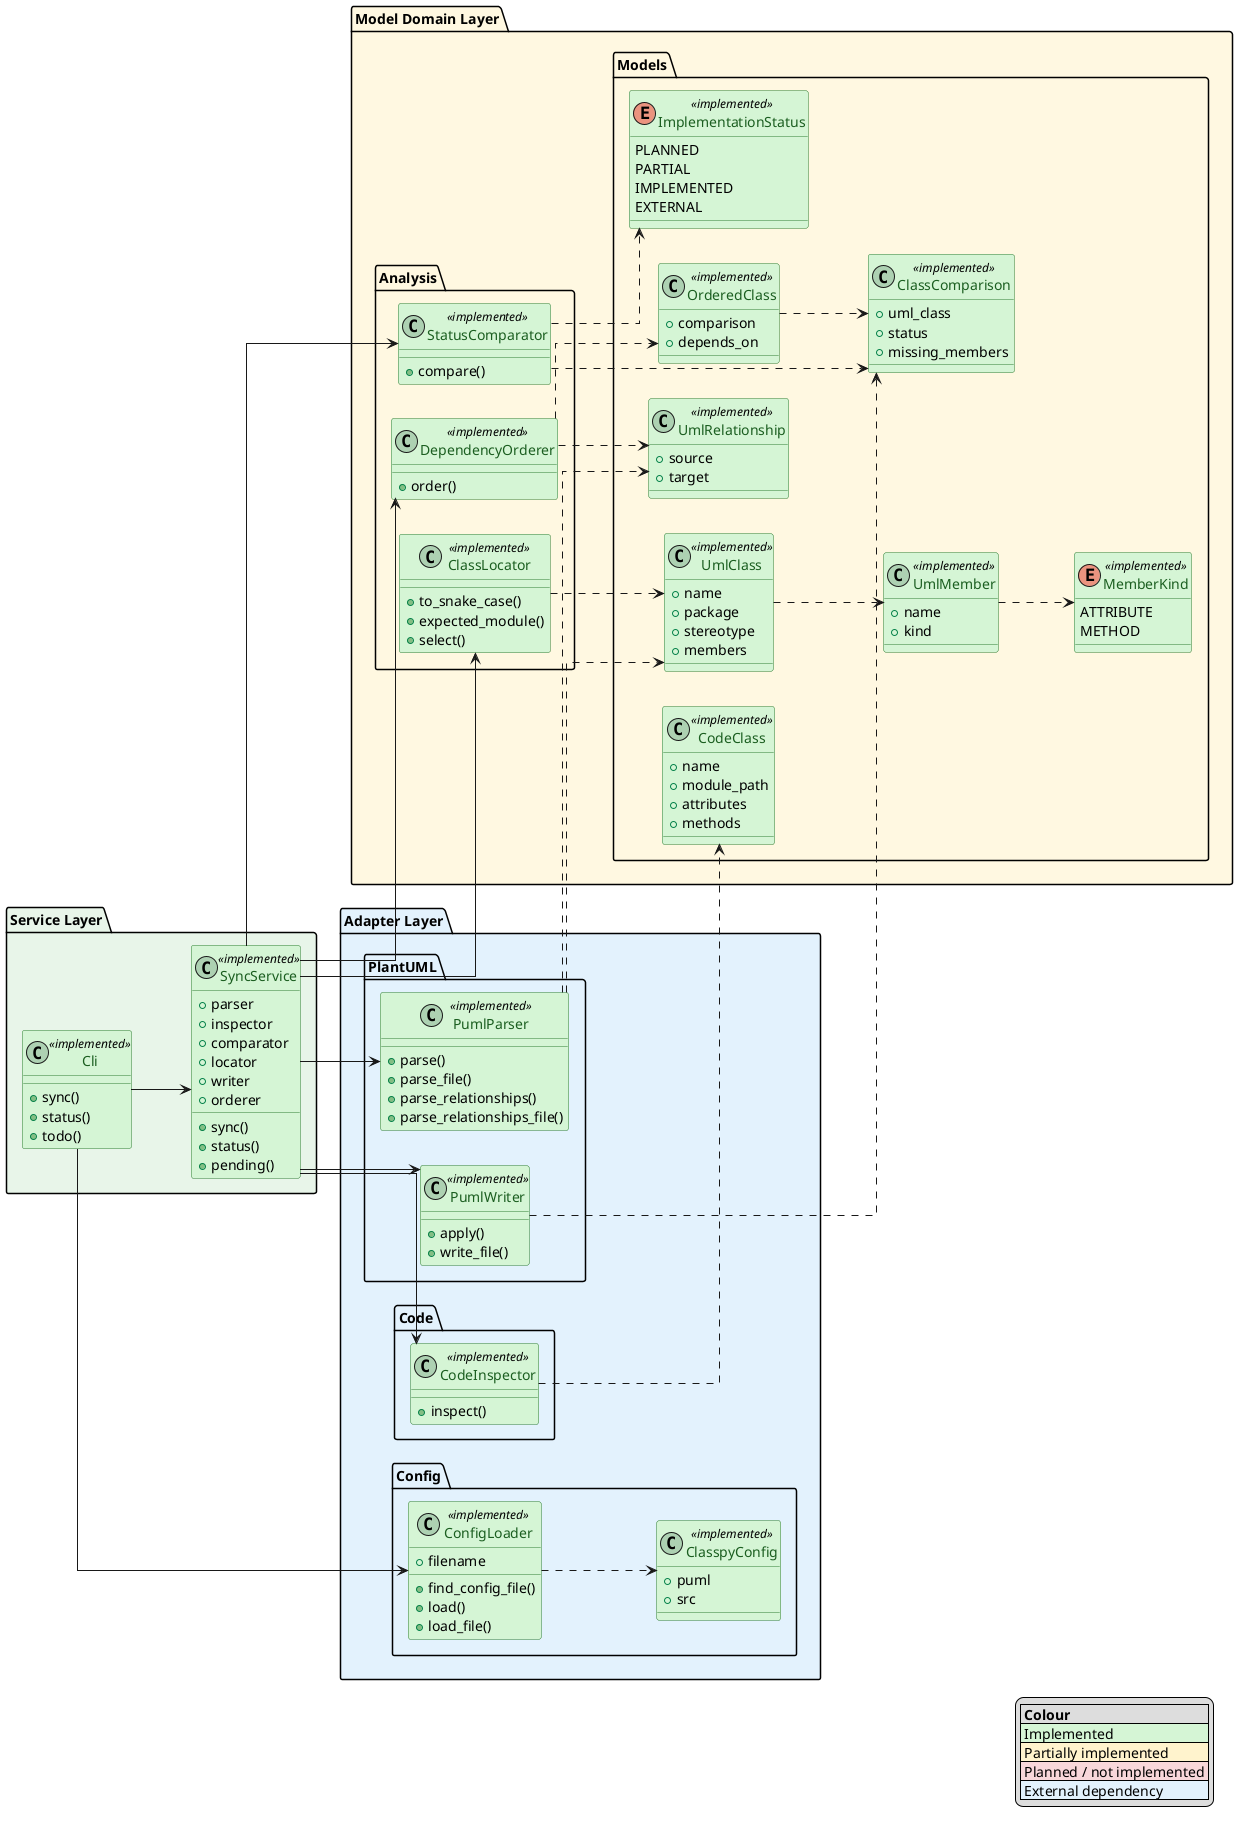
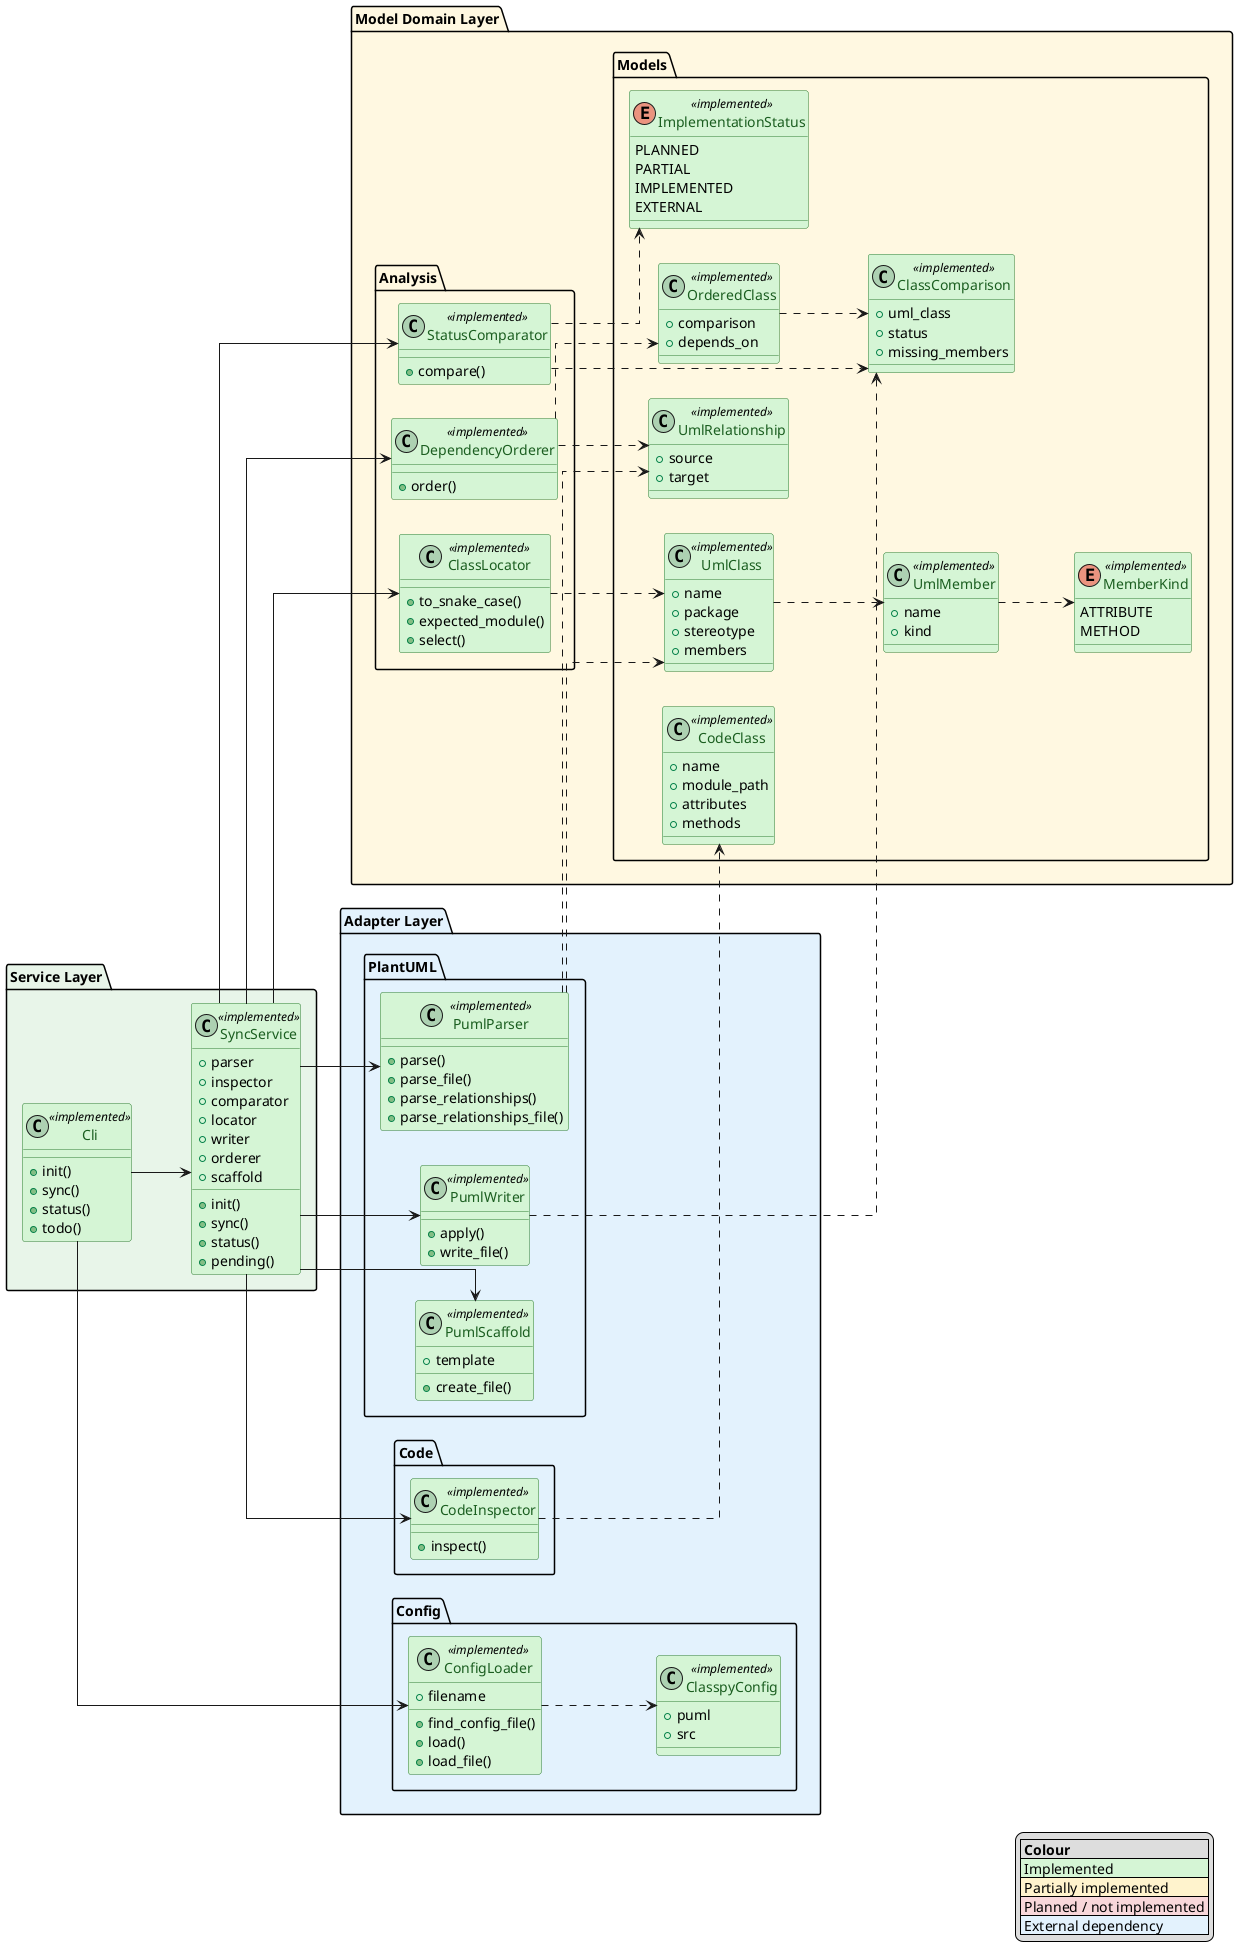
@startuml
left to right direction
skinparam linetype ortho
skinparam class {
    BackgroundColor<<implemented>> #D5F5D5
    BorderColor<<implemented>> #2E7D32
    FontColor<<implemented>> #1B5E20

    BackgroundColor<<partial>> #FFF3CD
    BorderColor<<partial>> #B8860B
    FontColor<<partial>> #7A5600

    BackgroundColor<<planned>> #F8D7DA
    BorderColor<<planned>> #B02A37
    FontColor<<planned>> #842029

    BackgroundColor<<external>> #E3F2FD
    BorderColor<<external>> #1565C0
    FontColor<<external>> #0D47A1
}

legend right
|= Colour |
|<#D5F5D5> Implemented |
|<#FFF3CD> Partially implemented |
|<#F8D7DA> Planned / not implemented |
|<#E3F2FD> External dependency |
endlegend

' 0 = hide dependency lines
' 1 = show dependency lines
!$SHOW_DEPENDENCIES = 0


'=============================================================================='
'Service Layer'
'=============================================================================='
package "Service Layer" #E8F5E9 {
    class SyncService <<implemented>> {
        +parser
        +inspector
        +comparator
        +locator
        +writer
        +orderer
+         +scaffold
+         +init()
        +sync()
        +status()
        +pending()
    }


    class Cli <<implemented>> {
+         +init()
        +sync()
        +status()
        +todo()
    }
    Cli --> SyncService
}


'=============================================================================='
'Model Domain'
'=============================================================================='
package "Model Domain Layer" #FFF8E1 {

    package "Models" {
        enum ImplementationStatus <<implemented>> {
            PLANNED
            PARTIAL
            IMPLEMENTED
            EXTERNAL
        }


        enum MemberKind <<implemented>> {
            ATTRIBUTE
            METHOD
        }


        class UmlMember <<implemented>> {
            +name
            +kind
        }
        UmlMember ..> MemberKind


        class UmlClass <<implemented>> {
            +name
            +package
            +stereotype
            +members
        }
        UmlClass ..> UmlMember


        class CodeClass <<implemented>> {
            +name
            +module_path
            +attributes
            +methods
        }

        class ClassComparison <<implemented>> {
            +uml_class
            +status
            +missing_members
        }

        class UmlRelationship <<implemented>> {
            +source
            +target
        }

        class OrderedClass <<implemented>> {
            +comparison
            +depends_on
        }
        OrderedClass ..> ClassComparison
    }

    package "Analysis" {

        class StatusComparator <<implemented>> {
            +compare()
        }
        StatusComparator ..> ClassComparison
        StatusComparator ..> ImplementationStatus

        class ClassLocator <<implemented>> {
            +to_snake_case()
            +expected_module()
            +select()
        }
        ClassLocator ..> UmlClass

        class DependencyOrderer <<implemented>> {
            +order()
        }
        DependencyOrderer ..> OrderedClass
        DependencyOrderer ..> UmlRelationship
    }
}


'=============================================================================='
'Adapter Layer'
'=============================================================================='
package "Adapter Layer" #E3F2FD {

    package "PlantUML" {

        class PumlParser <<implemented>> {
            +parse()
            +parse_file()
            +parse_relationships()
            +parse_relationships_file()
        }
        PumlParser ..> UmlClass

        class PumlWriter <<implemented>> {
            +apply()
            +write_file()
        }
        PumlWriter ..> ClassComparison
+ 
+         class PumlScaffold <<implemented>> {
+             +template
+             +create_file()
+         }
    }

    package "Code" {

        class CodeInspector <<implemented>> {
            +inspect()
        }
        CodeInspector ..> CodeClass
    }

    package "Config" {

        class ClasspyConfig <<implemented>> {
            +puml
            +src
        }

        class ConfigLoader <<implemented>> {
            +filename
            +find_config_file()
            +load()
            +load_file()
        }
        ConfigLoader ..> ClasspyConfig
    }
}


'=============================================================================='
'Broken Links'
'=============================================================================='

SyncService --> PumlParser
SyncService --> CodeInspector
SyncService --> StatusComparator
SyncService --> ClassLocator
SyncService --> PumlWriter
SyncService --> DependencyOrderer
+ SyncService --> PumlScaffold

PumlParser ..> UmlRelationship

Cli --> ConfigLoader

@enduml
